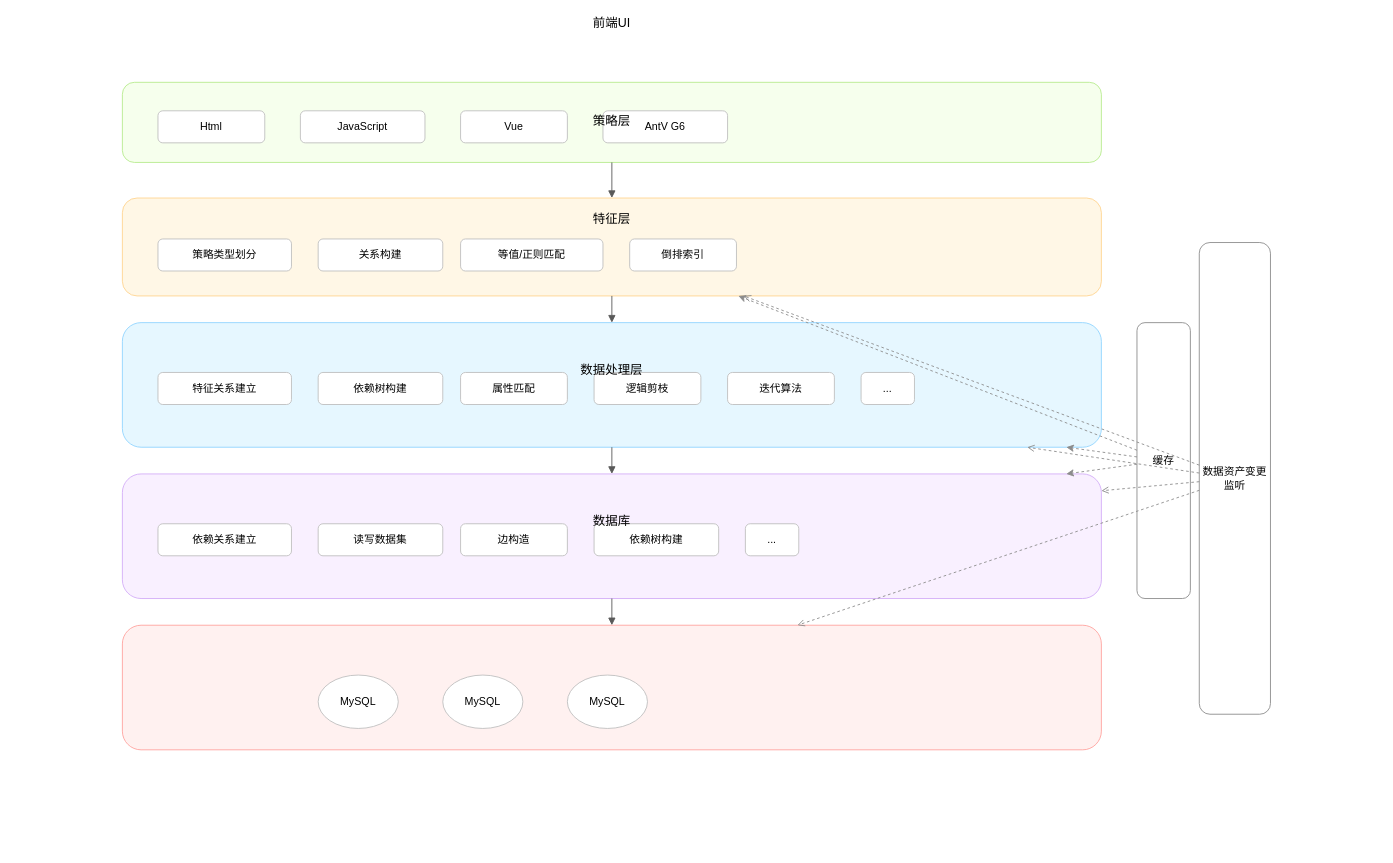
hlld3344/diagrams keeps this draw.io diagram as biz_flow/大模型生成架构图.drawio. Above is the earlier version. Source tidied: cells renumbered, new cells numbered last; positions are measured from the earlier drawing's top-left corner, leaving out a move shared by most shapes. Both pictures are drawn from the tidied source at 89%, with x=0, y=0 at pixel (122, 82).
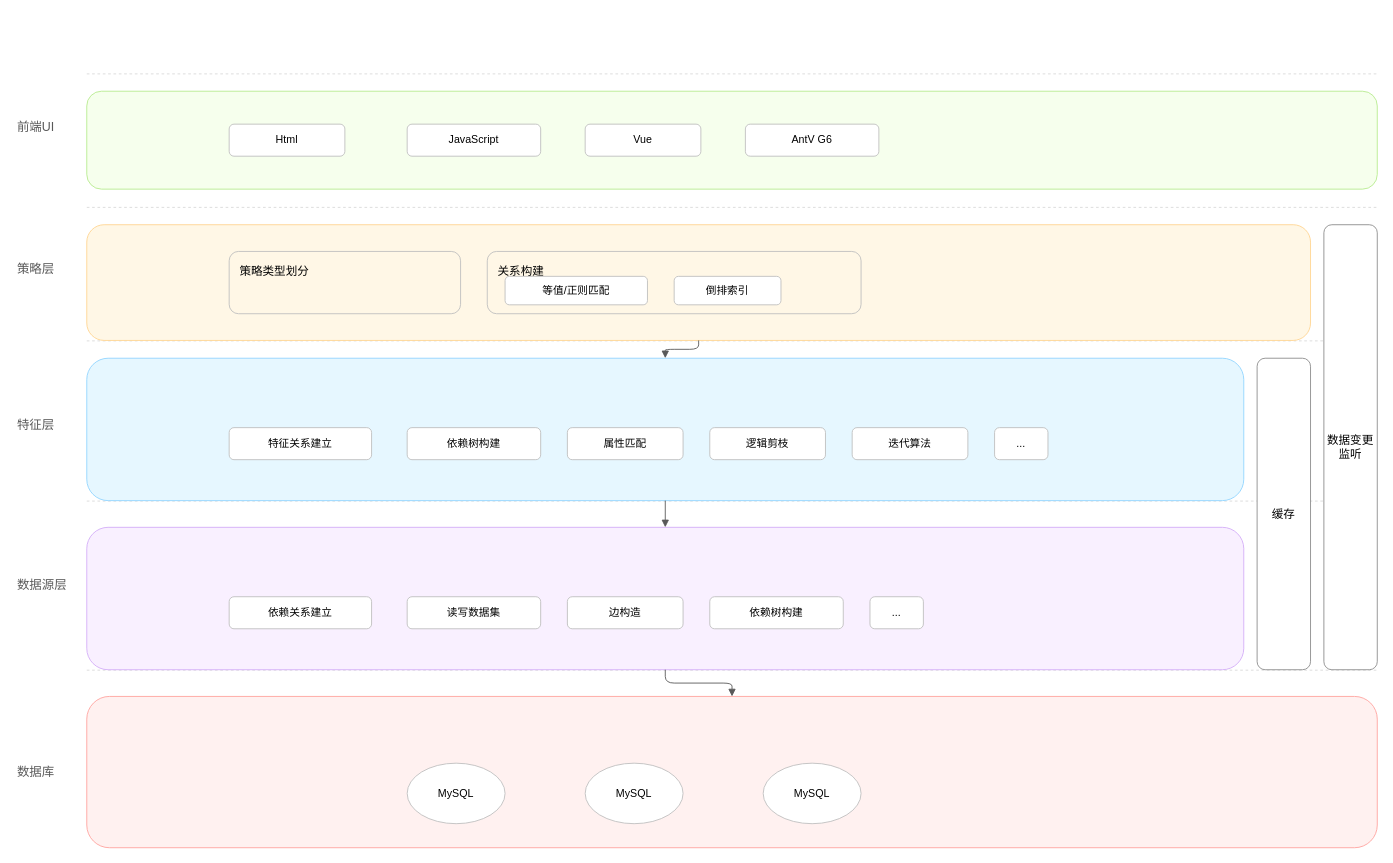
The same diagram, later.

Commit message:
llm generate architecture update

Diff of the diagram source:
```diff
@@
+    <mxCell id="42" style="shape=line;dashed=1;strokeColor=#d9d9d9;" parent="1" vertex="1">
+      <mxGeometry x="-40" y="-10" width="1450" height="1" as="geometry" />
+    </mxCell>
+    <mxCell id="43" style="shape=line;dashed=1;strokeColor=#d9d9d9;" parent="1" vertex="1">
+      <mxGeometry x="-40" y="140" width="1450" height="1" as="geometry" />
+    </mxCell>
+    <mxCell id="44" style="shape=line;dashed=1;strokeColor=#d9d9d9;" parent="1" vertex="1">
+      <mxGeometry x="-40" y="290" width="1450" height="1" as="geometry" />
+    </mxCell>
+    <mxCell id="45" style="shape=line;dashed=1;strokeColor=#d9d9d9;" parent="1" vertex="1">
+      <mxGeometry x="-40" y="470" width="1450" height="1" as="geometry" />
+    </mxCell>
+    <mxCell id="46" style="shape=line;dashed=1;strokeColor=#d9d9d9;" parent="1" vertex="1">
+      <mxGeometry x="-40" y="660" width="1450" height="1" as="geometry" />
+    </mxCell>
+    <mxCell id="47" value="前端UI" style="whiteSpace=wrap;strokeColor=none;fillColor=none;align=left;verticalAlign=middle;fontSize=14;fontColor=#595959;" parent="1" vertex="1">
+      <mxGeometry x="-120" y="35" width="70" height="30" as="geometry" />
+    </mxCell>
+    <mxCell id="7" value="策略层" style="whiteSpace=wrap;strokeColor=none;fillColor=none;align=left;verticalAlign=middle;fontSize=14;fontColor=#595959;" parent="1" vertex="1">
+      <mxGeometry x="-120" y="195" width="70" height="30" as="geometry" />
+    </mxCell>
+    <mxCell id="12" value="特征层" style="whiteSpace=wrap;strokeColor=none;align=left;verticalAlign=middle;fontSize=14;fontColor=#595959;fillColor=none;" parent="1" vertex="1">
+      <mxGeometry x="-120" y="370" width="70" height="30" as="geometry" />
+    </mxCell>
+    <mxCell id="48" value="数据源层" style="whiteSpace=wrap;strokeColor=none;align=left;verticalAlign=middle;fontSize=14;fontColor=#595959;fillColor=none;" parent="1" vertex="1">
+      <mxGeometry x="-120" y="550" width="80" height="30" as="geometry" />
+    </mxCell>
+    <mxCell id="25" value="数据库" style="whiteSpace=wrap;strokeColor=none;align=left;verticalAlign=middle;fontSize=14;fontColor=#595959;fillColor=none;" parent="1" vertex="1">
+      <mxGeometry x="-120" y="760" width="70" height="30" as="geometry" />
+    </mxCell>
-    <mxCell id="2" value="前端UI" style="rounded=1;whiteSpace=wrap;fontSize=14;fillColor=#f6ffed;strokeColor=#b7eb8f;strokeWidth=1;verticalAlign=top;align=center;labelPosition=top;verticalLabelPosition=top;spacingTop=8;" parent="1" vertex="1">
-      <mxGeometry width="1100" height="90" as="geometry" />
+    <mxCell id="2" style="rounded=1;fillColor=#f6ffed;strokeColor=#b7eb8f;strokeWidth=1;" parent="1" vertex="1">
+      <mxGeometry x="-40" y="10" width="1450" height="110" as="geometry" />
     </mxCell>
     <mxCell id="3" value="Html" style="rounded=1;whiteSpace=wrap;align=center;verticalAlign=middle;fillColor=#ffffff;strokeColor=#bfbfbf;" parent="2" vertex="1">
-      <mxGeometry x="40" y="32" width="120" height="36" as="geometry" />
+      <mxGeometry x="160" y="37" width="130" height="36" as="geometry" />
     </mxCell>
     <mxCell id="4" value="JavaScript" style="rounded=1;whiteSpace=wrap;align=center;verticalAlign=middle;fillColor=#ffffff;strokeColor=#bfbfbf;" parent="2" vertex="1">
-      <mxGeometry x="200" y="32" width="140" height="36" as="geometry" />
+      <mxGeometry x="360" y="37" width="150" height="36" as="geometry" />
     </mxCell>
     <mxCell id="5" value="Vue" style="rounded=1;whiteSpace=wrap;align=center;verticalAlign=middle;fillColor=#ffffff;strokeColor=#bfbfbf;" parent="2" vertex="1">
-      <mxGeometry x="380" y="32" width="120" height="36" as="geometry" />
+      <mxGeometry x="560" y="37" width="130" height="36" as="geometry" />
     </mxCell>
     <mxCell id="6" value="AntV G6" style="rounded=1;whiteSpace=wrap;align=center;verticalAlign=middle;fillColor=#ffffff;strokeColor=#bfbfbf;" parent="2" vertex="1">
-      <mxGeometry x="540" y="32" width="140" height="36" as="geometry" />
+      <mxGeometry x="740" y="37" width="150" height="36" as="geometry" />
     </mxCell>
-    <mxCell id="7" value="策略层" style="rounded=1;whiteSpace=wrap;fontSize=14;fillColor=#fff7e6;strokeColor=#ffd591;strokeWidth=1;verticalAlign=top;align=center;labelPosition=top;verticalLabelPosition=top;spacingTop=8;" parent="1" vertex="1">
-      <mxGeometry y="130" width="1100" height="110" as="geometry" />
-    </mxCell>
+    <mxCell id="49" style="rounded=1;fillColor=#fff7e6;strokeColor=#ffd591;strokeWidth=1;" parent="1" vertex="1">
+      <mxGeometry x="-40" y="160" width="1375" height="130" as="geometry" />
+    </mxCell>
-    <mxCell id="8" value="策略类型划分" style="rounded=1;whiteSpace=wrap;fillColor=#ffffff;strokeColor=#bfbfbf;" parent="7" vertex="1">
-      <mxGeometry x="40" y="46" width="150" height="36" as="geometry" />
+    <mxCell id="8" value="策略类型划分" style="rounded=1;fillColor=none;strokeColor=#bfbfbf;whiteSpace=wrap;align=left;verticalAlign=top;spacingLeft=10;spacingTop=8;fontSize=13;" parent="49" vertex="1">
+      <mxGeometry x="160" y="30" width="260" height="70" as="geometry" />
     </mxCell>
-    <mxCell id="9" value="关系构建" style="rounded=1;whiteSpace=wrap;fillColor=#ffffff;strokeColor=#bfbfbf;" parent="7" vertex="1">
-      <mxGeometry x="220" y="46" width="140" height="36" as="geometry" />
+    <mxCell id="9" value="关系构建" style="rounded=1;fillColor=none;strokeColor=#bfbfbf;whiteSpace=wrap;align=left;verticalAlign=top;spacingLeft=10;spacingTop=8;fontSize=13;" parent="49" vertex="1">
+      <mxGeometry x="450" y="30" width="420" height="70" as="geometry" />
     </mxCell>
-    <mxCell id="10" value="等值/正则匹配" style="rounded=1;whiteSpace=wrap;fillColor=#ffffff;strokeColor=#bfbfbf;" parent="7" vertex="1">
-      <mxGeometry x="380" y="46" width="160" height="36" as="geometry" />
+    <mxCell id="10" value="等值/正则匹配" style="rounded=1;fillColor=#ffffff;strokeColor=#bfbfbf;whiteSpace=wrap;align=center;verticalAlign=middle;" parent="9" vertex="1">
+      <mxGeometry x="20" y="28" width="160" height="32" as="geometry" />
     </mxCell>
-    <mxCell id="11" value="倒排索引" style="rounded=1;whiteSpace=wrap;fillColor=#ffffff;strokeColor=#bfbfbf;" parent="7" vertex="1">
-      <mxGeometry x="570" y="46" width="120" height="36" as="geometry" />
+    <mxCell id="11" value="倒排索引" style="rounded=1;fillColor=#ffffff;strokeColor=#bfbfbf;whiteSpace=wrap;align=center;verticalAlign=middle;" parent="9" vertex="1">
+      <mxGeometry x="210" y="28" width="120" height="32" as="geometry" />
     </mxCell>
-    <mxCell id="12" value="特征层" style="rounded=1;whiteSpace=wrap;fontSize=14;fillColor=#e6f7ff;strokeColor=#91d5ff;strokeWidth=1;verticalAlign=top;align=center;labelPosition=top;verticalLabelPosition=top;spacingTop=8;" parent="1" vertex="1">
-      <mxGeometry y="270" width="1100" height="140" as="geometry" />
-    </mxCell>
+    <mxCell id="50" style="rounded=1;fillColor=#e6f7ff;strokeColor=#91d5ff;strokeWidth=1;" parent="1" vertex="1">
+      <mxGeometry x="-40" y="310" width="1300" height="160" as="geometry" />
+    </mxCell>
-    <mxCell id="13" value="特征关系建立" style="rounded=1;whiteSpace=wrap;fillColor=#ffffff;strokeColor=#bfbfbf;" parent="12" vertex="1">
-      <mxGeometry x="40" y="56" width="150" height="36" as="geometry" />
+    <mxCell id="13" value="特征关系建立" style="rounded=1;fillColor=#ffffff;strokeColor=#bfbfbf;whiteSpace=wrap;align=center;verticalAlign=middle;" parent="50" vertex="1">
+      <mxGeometry x="160" y="78" width="160" height="36" as="geometry" />
     </mxCell>
-    <mxCell id="14" value="依赖树构建" style="rounded=1;whiteSpace=wrap;fillColor=#ffffff;strokeColor=#bfbfbf;" parent="12" vertex="1">
-      <mxGeometry x="220" y="56" width="140" height="36" as="geometry" />
+    <mxCell id="14" value="依赖树构建" style="rounded=1;fillColor=#ffffff;strokeColor=#bfbfbf;whiteSpace=wrap;align=center;verticalAlign=middle;" parent="50" vertex="1">
+      <mxGeometry x="360" y="78" width="150" height="36" as="geometry" />
     </mxCell>
-    <mxCell id="15" value="属性匹配" style="rounded=1;whiteSpace=wrap;fillColor=#ffffff;strokeColor=#bfbfbf;" parent="12" vertex="1">
-      <mxGeometry x="380" y="56" width="120" height="36" as="geometry" />
+    <mxCell id="15" value="属性匹配" style="rounded=1;fillColor=#ffffff;strokeColor=#bfbfbf;whiteSpace=wrap;align=center;verticalAlign=middle;" parent="50" vertex="1">
+      <mxGeometry x="540" y="78" width="130" height="36" as="geometry" />
     </mxCell>
-    <mxCell id="16" value="逻辑剪枝" style="rounded=1;whiteSpace=wrap;fillColor=#ffffff;strokeColor=#bfbfbf;" parent="12" vertex="1">
-      <mxGeometry x="530" y="56" width="120" height="36" as="geometry" />
+    <mxCell id="16" value="逻辑剪枝" style="rounded=1;fillColor=#ffffff;strokeColor=#bfbfbf;whiteSpace=wrap;align=center;verticalAlign=middle;" parent="50" vertex="1">
+      <mxGeometry x="700" y="78" width="130" height="36" as="geometry" />
     </mxCell>
-    <mxCell id="17" value="迭代算法" style="rounded=1;whiteSpace=wrap;fillColor=#ffffff;strokeColor=#bfbfbf;" parent="12" vertex="1">
-      <mxGeometry x="680" y="56" width="120" height="36" as="geometry" />
+    <mxCell id="17" value="迭代算法" style="rounded=1;fillColor=#ffffff;strokeColor=#bfbfbf;whiteSpace=wrap;align=center;verticalAlign=middle;" parent="50" vertex="1">
+      <mxGeometry x="860" y="78" width="130" height="36" as="geometry" />
     </mxCell>
-    <mxCell id="18" value="..." style="rounded=1;whiteSpace=wrap;fillColor=#ffffff;strokeColor=#bfbfbf;" parent="12" vertex="1">
-      <mxGeometry x="830" y="56" width="60" height="36" as="geometry" />
+    <mxCell id="18" value="..." style="rounded=1;fillColor=#ffffff;strokeColor=#bfbfbf;whiteSpace=wrap;align=center;verticalAlign=middle;" parent="50" vertex="1">
+      <mxGeometry x="1020" y="78" width="60" height="36" as="geometry" />
     </mxCell>
-    <mxCell id="19" value="数据处理层" style="rounded=1;whiteSpace=wrap;fontSize=14;fillColor=#f9f0ff;strokeColor=#d3adf7;strokeWidth=1;verticalAlign=top;align=center;labelPosition=top;verticalLabelPosition=top;spacingTop=8;" parent="1" vertex="1">
-      <mxGeometry y="440" width="1100" height="140" as="geometry" />
-    </mxCell>
+    <mxCell id="51" style="rounded=1;fillColor=#f9f0ff;strokeColor=#d3adf7;strokeWidth=1;" parent="1" vertex="1">
+      <mxGeometry x="-40" y="500" width="1300" height="160" as="geometry" />
+    </mxCell>
-    <mxCell id="20" value="依赖关系建立" style="rounded=1;whiteSpace=wrap;fillColor=#ffffff;strokeColor=#bfbfbf;" parent="19" vertex="1">
-      <mxGeometry x="40" y="56" width="150" height="36" as="geometry" />
+    <mxCell id="20" value="依赖关系建立" style="rounded=1;fillColor=#ffffff;strokeColor=#bfbfbf;whiteSpace=wrap;align=center;verticalAlign=middle;" parent="51" vertex="1">
+      <mxGeometry x="160" y="78" width="160" height="36" as="geometry" />
     </mxCell>
-    <mxCell id="21" value="读写数据集" style="rounded=1;whiteSpace=wrap;fillColor=#ffffff;strokeColor=#bfbfbf;" parent="19" vertex="1">
-      <mxGeometry x="220" y="56" width="140" height="36" as="geometry" />
+    <mxCell id="21" value="读写数据集" style="rounded=1;fillColor=#ffffff;strokeColor=#bfbfbf;whiteSpace=wrap;align=center;verticalAlign=middle;" parent="51" vertex="1">
+      <mxGeometry x="360" y="78" width="150" height="36" as="geometry" />
     </mxCell>
-    <mxCell id="22" value="边构造" style="rounded=1;whiteSpace=wrap;fillColor=#ffffff;strokeColor=#bfbfbf;" parent="19" vertex="1">
-      <mxGeometry x="380" y="56" width="120" height="36" as="geometry" />
+    <mxCell id="22" value="边构造" style="rounded=1;fillColor=#ffffff;strokeColor=#bfbfbf;whiteSpace=wrap;align=center;verticalAlign=middle;" parent="51" vertex="1">
+      <mxGeometry x="540" y="78" width="130" height="36" as="geometry" />
     </mxCell>
-    <mxCell id="23" value="依赖树构建" style="rounded=1;whiteSpace=wrap;fillColor=#ffffff;strokeColor=#bfbfbf;" parent="19" vertex="1">
-      <mxGeometry x="530" y="56" width="140" height="36" as="geometry" />
+    <mxCell id="23" value="依赖树构建" style="rounded=1;fillColor=#ffffff;strokeColor=#bfbfbf;whiteSpace=wrap;align=center;verticalAlign=middle;" parent="51" vertex="1">
+      <mxGeometry x="700" y="78" width="150" height="36" as="geometry" />
     </mxCell>
-    <mxCell id="24" value="..." style="rounded=1;whiteSpace=wrap;fillColor=#ffffff;strokeColor=#bfbfbf;" parent="19" vertex="1">
-      <mxGeometry x="700" y="56" width="60" height="36" as="geometry" />
+    <mxCell id="24" value="..." style="rounded=1;fillColor=#ffffff;strokeColor=#bfbfbf;whiteSpace=wrap;align=center;verticalAlign=middle;" parent="51" vertex="1">
+      <mxGeometry x="880" y="78" width="60" height="36" as="geometry" />
     </mxCell>
-    <mxCell id="25" value="数据库" style="rounded=1;whiteSpace=wrap;fontSize=14;fillColor=#fff1f0;strokeColor=#ffa39e;strokeWidth=1;verticalAlign=top;align=center;labelPosition=top;verticalLabelPosition=top;spacingTop=8;" parent="1" vertex="1">
-      <mxGeometry y="610" width="1100" height="140" as="geometry" />
-    </mxCell>
+    <mxCell id="52" style="rounded=1;fillColor=#fff1f0;strokeColor=#ffa39e;strokeWidth=1;" parent="1" vertex="1">
+      <mxGeometry x="-40" y="690" width="1450" height="170" as="geometry" />
+    </mxCell>
-    <mxCell id="26" value="MySQL" style="shape=ellipse;whiteSpace=wrap;fillColor=#ffffff;strokeColor=#bfbfbf;" parent="25" vertex="1">
-      <mxGeometry x="220" y="56" width="90" height="60" as="geometry" />
+    <mxCell id="26" value="MySQL" style="shape=ellipse;whiteSpace=wrap;fillColor=#ffffff;strokeColor=#bfbfbf;align=center;verticalAlign=middle;" parent="52" vertex="1">
+      <mxGeometry x="360" y="75" width="110" height="68" as="geometry" />
     </mxCell>
-    <mxCell id="27" value="MySQL" style="shape=ellipse;whiteSpace=wrap;fillColor=#ffffff;strokeColor=#bfbfbf;" parent="25" vertex="1">
-      <mxGeometry x="360" y="56" width="90" height="60" as="geometry" />
+    <mxCell id="27" value="MySQL" style="shape=ellipse;whiteSpace=wrap;fillColor=#ffffff;strokeColor=#bfbfbf;align=center;verticalAlign=middle;" parent="52" vertex="1">
+      <mxGeometry x="560" y="75" width="110" height="68" as="geometry" />
     </mxCell>
-    <mxCell id="28" value="MySQL" style="shape=ellipse;whiteSpace=wrap;fillColor=#ffffff;strokeColor=#bfbfbf;" parent="25" vertex="1">
-      <mxGeometry x="500" y="56" width="90" height="60" as="geometry" />
+    <mxCell id="28" value="MySQL" style="shape=ellipse;whiteSpace=wrap;fillColor=#ffffff;strokeColor=#bfbfbf;align=center;verticalAlign=middle;" parent="52" vertex="1">
+      <mxGeometry x="760" y="75" width="110" height="68" as="geometry" />
     </mxCell>
-    <mxCell id="29" value="缓存" style="rounded=1;whiteSpace=wrap;align=center;verticalAlign=middle;fillColor=#ffffff;strokeColor=#8c8c8c;" parent="1" vertex="1">
-      <mxGeometry x="1140" y="270" width="60" height="310" as="geometry" />
+    <mxCell id="29" value="缓存" style="rounded=1;whiteSpace=wrap;align=center;verticalAlign=middle;fillColor=#ffffff;strokeColor=#8c8c8c;fontSize=13;labelRotation=270;" parent="1" vertex="1">
+      <mxGeometry x="1275" y="310" width="60" height="350" as="geometry" />
     </mxCell>
-    <mxCell id="30" value="数据资产变更监听" style="rounded=1;whiteSpace=wrap;align=center;verticalAlign=middle;fillColor=#ffffff;strokeColor=#8c8c8c;" parent="1" vertex="1">
-      <mxGeometry x="1210" y="180" width="80" height="530" as="geometry" />
+    <mxCell id="30" value="数据变更监听" style="rounded=1;whiteSpace=wrap;align=center;verticalAlign=middle;fillColor=#ffffff;strokeColor=#8c8c8c;fontSize=13;labelRotation=270;" parent="1" vertex="1">
+      <mxGeometry x="1350" y="160" width="60" height="500" as="geometry" />
     </mxCell>
-    <mxCell id="31" style="endArrow=block;strokeColor=#595959;strokeWidth=1;" parent="1" edge="1" source="2" target="7">
-      <mxGeometry relative="1" as="geometry" />
-    </mxCell>
-    <mxCell id="32" style="endArrow=block;strokeColor=#595959;strokeWidth=1;" parent="1" edge="1" source="7" target="12">
-      <mxGeometry relative="1" as="geometry" />
-    </mxCell>
-    <mxCell id="33" style="endArrow=block;strokeColor=#595959;strokeWidth=1;" parent="1" edge="1" source="12" target="19">
-      <mxGeometry relative="1" as="geometry" />
-    </mxCell>
-    <mxCell id="34" style="endArrow=block;strokeColor=#595959;strokeWidth=1;" parent="1" edge="1" source="19" target="25">
-      <mxGeometry relative="1" as="geometry" />
-    </mxCell>
-    <mxCell id="35" style="dashed=1;endArrow=classic;strokeColor=#8c8c8c;" parent="1" edge="1" source="29" target="7">
-      <mxGeometry relative="1" as="geometry" />
-    </mxCell>
-    <mxCell id="36" style="dashed=1;endArrow=classic;strokeColor=#8c8c8c;" parent="1" edge="1" source="29" target="12">
-      <mxGeometry relative="1" as="geometry" />
-    </mxCell>
-    <mxCell id="37" style="dashed=1;endArrow=classic;strokeColor=#8c8c8c;" parent="1" edge="1" source="29" target="19">
-      <mxGeometry relative="1" as="geometry" />
-    </mxCell>
-    <mxCell id="38" style="dashed=1;endArrow=open;strokeColor=#8c8c8c;" parent="1" edge="1" source="30" target="7">
-      <mxGeometry relative="1" as="geometry" />
-    </mxCell>
-    <mxCell id="39" style="dashed=1;endArrow=open;strokeColor=#8c8c8c;" parent="1" edge="1" source="30" target="12">
-      <mxGeometry relative="1" as="geometry" />
-    </mxCell>
-    <mxCell id="40" style="dashed=1;endArrow=open;strokeColor=#8c8c8c;" parent="1" edge="1" source="30" target="19">
-      <mxGeometry relative="1" as="geometry" />
-    </mxCell>
-    <mxCell id="41" style="dashed=1;endArrow=open;strokeColor=#8c8c8c;" parent="1" edge="1" source="30" target="25">
-      <mxGeometry relative="1" as="geometry" />
-    </mxCell>
+    <mxCell id="53" style="edgeStyle=orthogonalEdgeStyle;rounded=1;endArrow=block;strokeColor=#595959;strokeWidth=1;" parent="1" edge="1" source="49" target="50">
+      <mxGeometry relative="1" as="geometry" />
+    </mxCell>
+    <mxCell id="54" style="edgeStyle=orthogonalEdgeStyle;rounded=1;endArrow=block;strokeColor=#595959;strokeWidth=1;" parent="1" edge="1" source="50" target="51">
+      <mxGeometry relative="1" as="geometry" />
+    </mxCell>
+    <mxCell id="55" style="edgeStyle=orthogonalEdgeStyle;rounded=1;endArrow=block;strokeColor=#595959;strokeWidth=1;" parent="1" edge="1" source="51" target="52">
+      <mxGeometry relative="1" as="geometry" />
+    </mxCell>
```
